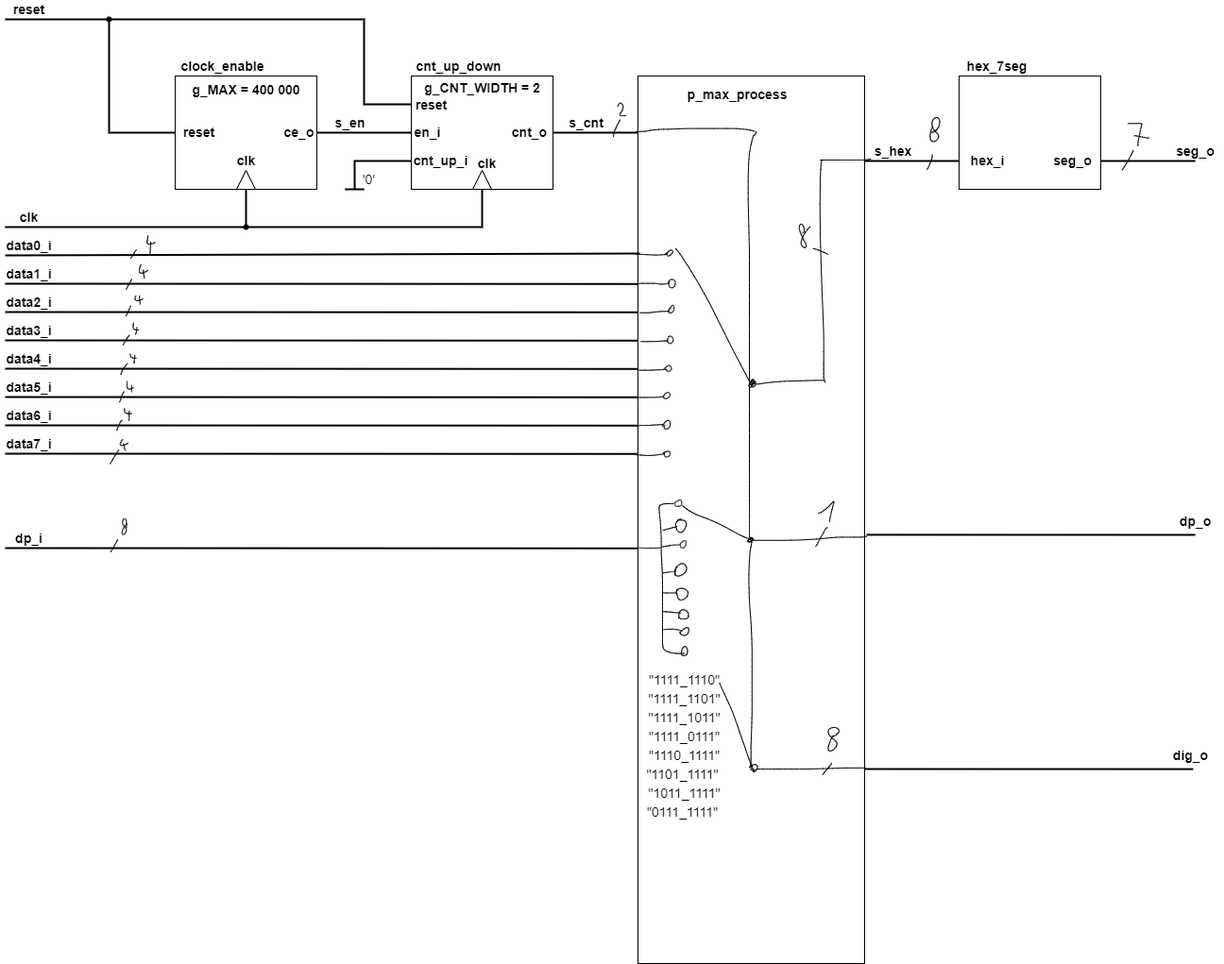
Marxs31/digital-electronics-1 keeps this draw.io diagram as labs/07-display_driver/images/schema2.png. Above is the earlier version. Source tidied: cells renumbered, new cells last; positions are measured from the earlier drawing's top-left corner, leaving out a move shared by most shapes.
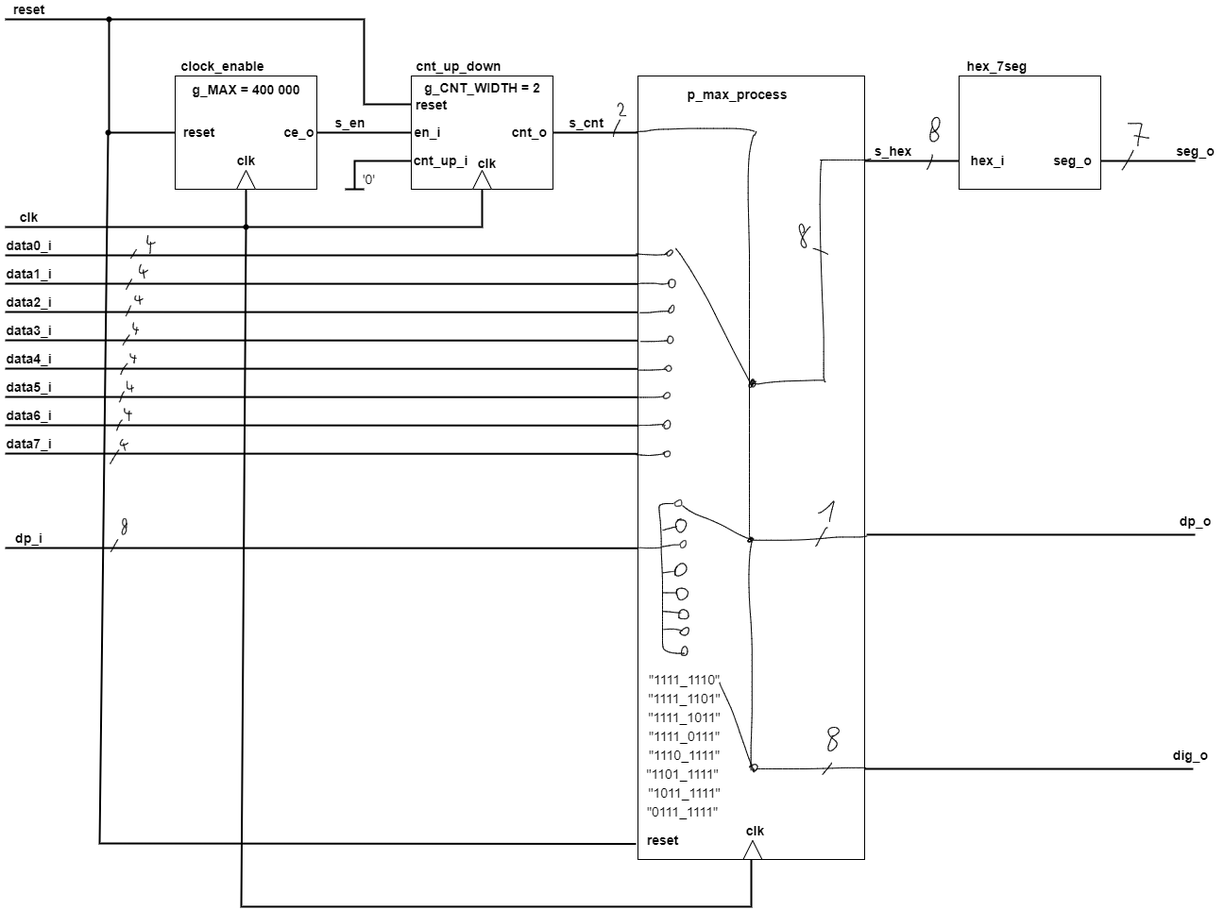
Later version of the same file.

The edit, as a diff of the source:
```diff
@@ -9,7 +9,7 @@
       <mxGeometry x="435" y="80" width="150" height="120" as="geometry" />
     </mxCell>
     <mxCell id="4" style="rounded=0;whiteSpace=wrap;html=1;" parent="1" vertex="1">
-      <mxGeometry x="675" y="80" width="240" height="940" as="geometry" />
+      <mxGeometry x="675" y="80" width="240" height="830" as="geometry" />
     </mxCell>
     <mxCell id="5" style="rounded=0;whiteSpace=wrap;html=1;" parent="1" vertex="1">
       <mxGeometry x="1015" y="80" width="150" height="120" as="geometry" />
@@ -168,9 +168,10 @@
     <mxCell id="45" value="&lt;b&gt;seg_o&lt;/b&gt;" style="text;html=1;align=center;verticalAlign=middle;strokeColor=none;fillColor=none;fontSize=14;" parent="1" vertex="1">
       <mxGeometry x="1235" y="150" width="60" height="20" as="geometry" />
     </mxCell>
-    <mxCell id="46" style="endArrow=none;html=1;rounded=0;fontSize=14;strokeWidth=2;entryX=0.008;entryY=0.2;entryDx=0;entryDy=0;entryPerimeter=0;" parent="1" edge="1" target="4">
+    <mxCell id="46" style="endArrow=none;html=1;rounded=0;fontSize=14;strokeWidth=2;" parent="1" edge="1">
       <mxGeometry relative="1" as="geometry">
         <mxPoint x="5" y="270" as="sourcePoint" />
+        <mxPoint x="675" y="270" as="targetPoint" />
       </mxGeometry>
     </mxCell>
     <mxCell id="47" value="data0_i" style="text;html=1;align=center;verticalAlign=middle;strokeColor=none;fillColor=none;fontSize=14;fontStyle=1;" parent="1" vertex="1">
@@ -547,5 +548,37 @@
     <mxCell id="161" value="&lt;b&gt;dig_o&lt;/b&gt;" style="text;html=1;align=center;verticalAlign=middle;strokeColor=none;fillColor=none;fontSize=14;" parent="1" vertex="1">
       <mxGeometry x="1235" y="790" width="50" height="20" as="geometry" />
     </mxCell>
+    <mxCell id="162" style="endArrow=none;html=1;rounded=0;fontSize=14;strokeWidth=2;exitDx=0;exitDy=0;exitPerimeter=0;startArrow=none;" parent="1" edge="1" source="163">
+      <mxGeometry relative="1" as="geometry">
+        <mxPoint x="115" y="140" as="targetPoint" />
+      </mxGeometry>
+    </mxCell>
+    <mxCell id="163" style="shape=waypoint;sketch=0;fillStyle=solid;size=6;points=[];fillColor=none;perimeter=centerPerimeter;snapToPoint=1;fontSize=14;" parent="1" vertex="1">
+      <mxGeometry x="94" y="120" width="40" height="40" as="geometry" />
+    </mxCell>
+    <mxCell id="164" style="endArrow=none;html=1;rounded=0;fontSize=14;strokeWidth=2;exitX=-0.008;exitY=0.98;exitDx=0;exitDy=0;exitPerimeter=0;" parent="1" edge="1" source="4" target="163">
+      <mxGeometry relative="1" as="geometry">
+        <Array as="points">
+          <mxPoint x="105" y="893" />
+        </Array>
+      </mxGeometry>
+    </mxCell>
+    <mxCell id="165" style="endArrow=none;html=1;rounded=0;fontSize=14;strokeWidth=2;entryX=0.462;entryY=0.719;entryDx=0;entryDy=0;entryPerimeter=0;exitX=0.5;exitY=1;exitDx=0;exitDy=0;" parent="1" edge="1" source="4" target="17">
+      <mxGeometry relative="1" as="geometry">
+        <Array as="points">
+          <mxPoint x="795" y="960" />
+          <mxPoint x="255" y="960" />
+        </Array>
+      </mxGeometry>
+    </mxCell>
+    <mxCell id="166" style="triangle;whiteSpace=wrap;html=1;fontSize=14;rotation=-90;" parent="1" vertex="1">
+      <mxGeometry x="786.4" y="890" width="20" height="20" as="geometry" />
+    </mxCell>
+    <mxCell id="167" value="&lt;b&gt;reset&lt;/b&gt;" style="text;html=1;align=center;verticalAlign=middle;strokeColor=none;fillColor=none;fontSize=14;" parent="1" vertex="1">
+      <mxGeometry x="675.7" y="880" width="50" height="20" as="geometry" />
+    </mxCell>
+    <mxCell id="168" value="&lt;b&gt;clk&lt;/b&gt;" style="text;html=1;align=center;verticalAlign=middle;strokeColor=none;fillColor=none;fontSize=14;" parent="1" vertex="1">
+      <mxGeometry x="784.1" y="870" width="30" height="20" as="geometry" />
+    </mxCell>
   </root>
 </mxGraphModel>
```
